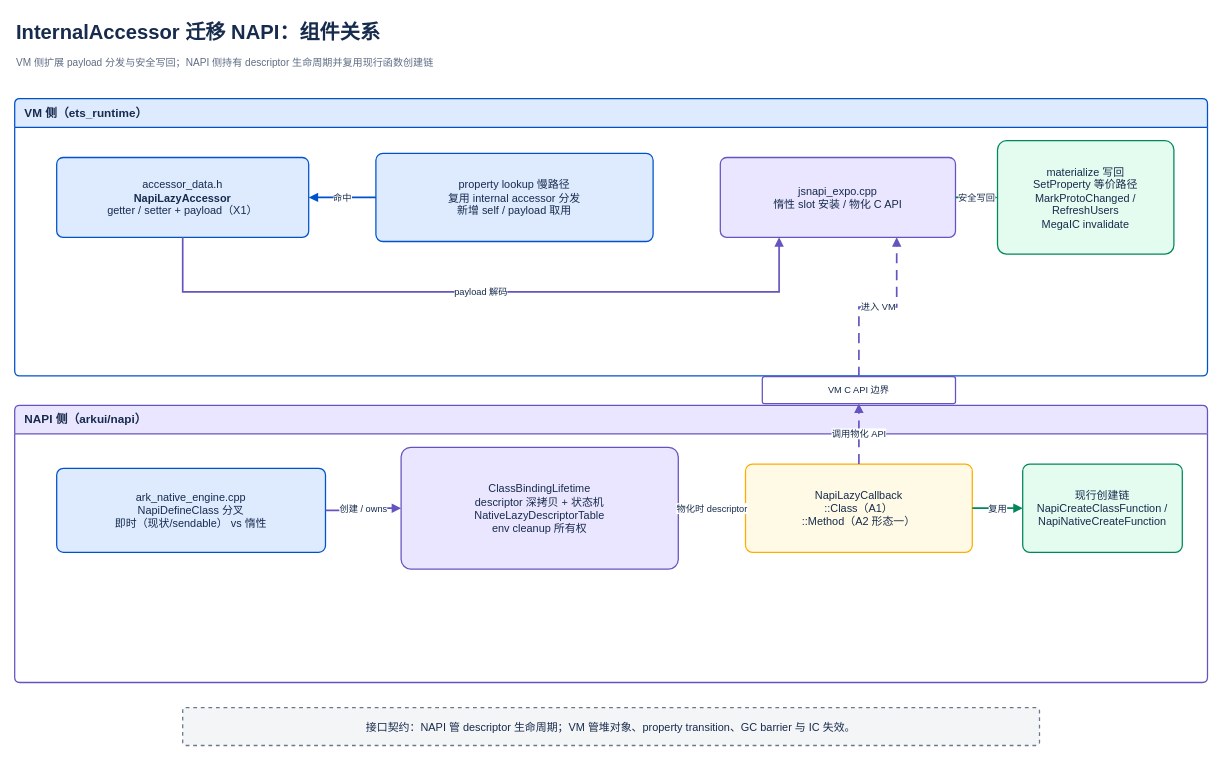
This is hidden-class-comparison/detailed-proposals/native-interop-lazy-binding/napi-lazy-binding-component-relations.drawio from xuanjiazhen/invest, a draw.io file, before an edit. Source tidied: cells renumbered, new cells numbered last; positions are measured from the earlier drawing's top-left corner, leaving out a move shared by most shapes. Both pictures are drawn from the tidied source at 84%, with x=0, y=0 at pixel (14, 14).
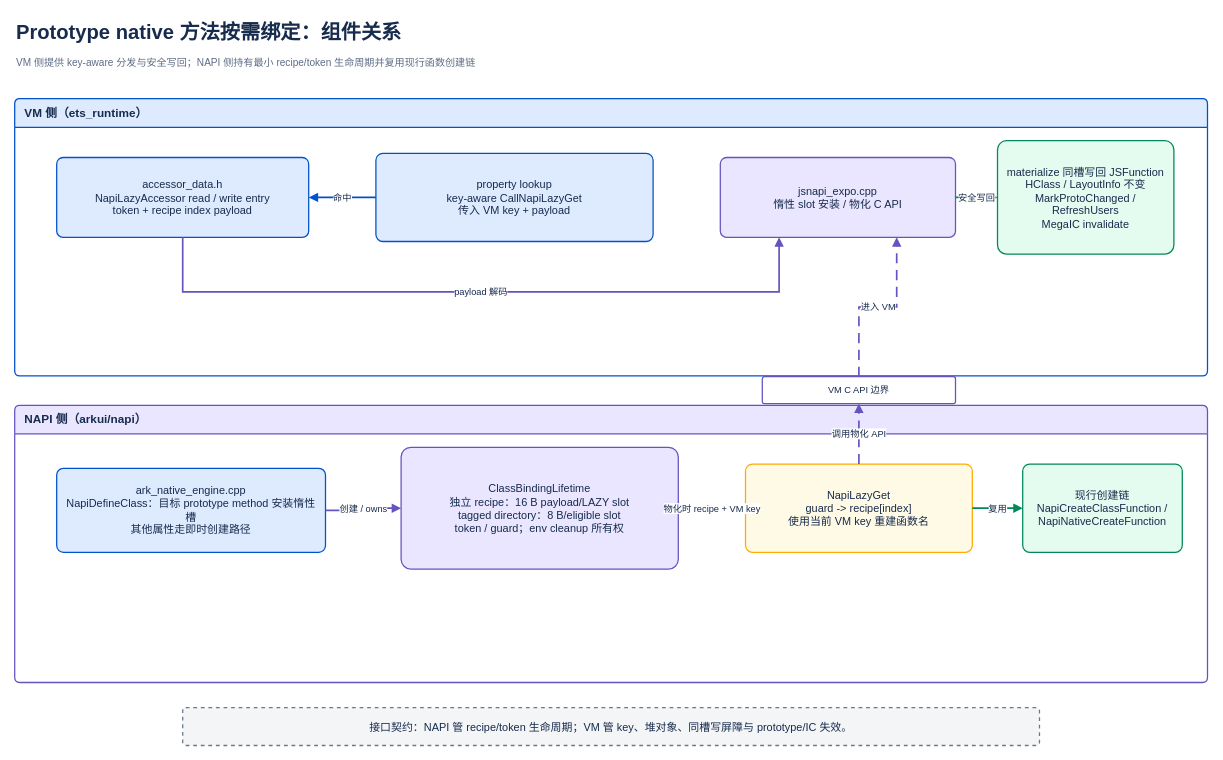
After the change.

The edit, as a diff of the source:
```diff
@@
-    <mxCell id="2" value="InternalAccessor 迁移 NAPI：组件关系" style="text;html=1;strokeColor=none;fillColor=none;align=left;verticalAlign=middle;fontSize=24;fontStyle=1;fontColor=#172B4D;whiteSpace=wrap;" parent="1" vertex="1">
+    <mxCell id="2" value="Prototype native 方法按需绑定：组件关系" style="text;html=1;strokeColor=none;fillColor=none;align=left;verticalAlign=middle;fontSize=24;fontStyle=1;fontColor=#172B4D;whiteSpace=wrap;" parent="1" vertex="1">
       <mxGeometry width="1420" height="42" as="geometry" />
     </mxCell>
-    <mxCell id="3" value="VM 侧扩展 payload 分发与安全写回；NAPI 侧持有 descriptor 生命周期并复用现行函数创建链" style="text;html=1;strokeColor=none;fillColor=none;align=left;verticalAlign=top;fontSize=12;fontColor=#5E6C84;whiteSpace=wrap;" parent="1" vertex="1">
+    <mxCell id="3" value="VM 侧提供 key-aware 分发与安全写回；NAPI 侧持有最小 recipe/token 生命周期并复用现行函数创建链" style="text;html=1;strokeColor=none;fillColor=none;align=left;verticalAlign=top;fontSize=12;fontColor=#5E6C84;whiteSpace=wrap;" parent="1" vertex="1">
       <mxGeometry y="44" width="1420" height="34" as="geometry" />
     </mxCell>
@@
-    <mxCell id="5" value="accessor_data.h&lt;br&gt;&lt;b&gt;NapiLazyAccessor&lt;/b&gt;&lt;br&gt;getter / setter + payload（X1）" style="rounded=1;arcSize=8;whiteSpace=wrap;html=1;align=center;verticalAlign=middle;fontSize=13;spacing=8;fillColor=#DEEBFF;strokeColor=#0052CC;strokeWidth=1.5;fontColor=#172B4D;" parent="1" vertex="1">
+    <mxCell id="5" value="accessor_data.h&lt;div&gt;NapiLazyAccessor read / write entry&lt;/div&gt;&lt;div&gt;token + recipe index payload&lt;/div&gt;" style="rounded=1;arcSize=8;whiteSpace=wrap;html=1;align=center;verticalAlign=middle;fontSize=13;spacing=8;fillColor=#DEEBFF;strokeColor=#0052CC;strokeWidth=1.5;fontColor=#172B4D;" parent="1" vertex="1">
       <mxGeometry x="50" y="170" width="300" height="95" as="geometry" />
     </mxCell>
-    <mxCell id="6" value="property lookup 慢路径&lt;br&gt;复用 internal accessor 分发&lt;br&gt;新增 self / payload 取用" style="rounded=1;arcSize=8;whiteSpace=wrap;html=1;align=center;verticalAlign=middle;fontSize=13;spacing=8;fillColor=#DEEBFF;strokeColor=#0052CC;strokeWidth=1.5;fontColor=#172B4D;" parent="1" vertex="1">
+    <mxCell id="6" value="property lookup&lt;br&gt;key-aware CallNapiLazyGet&lt;br&gt;传入 VM key + payload" style="rounded=1;arcSize=8;whiteSpace=wrap;html=1;align=center;verticalAlign=middle;fontSize=13;spacing=8;fillColor=#DEEBFF;strokeColor=#0052CC;strokeWidth=1.5;fontColor=#172B4D;" parent="1" vertex="1">
       <mxGeometry x="430" y="165" width="330" height="105" as="geometry" />
     </mxCell>
@@
-    <mxCell id="8" value="materialize 写回&lt;br&gt;SetProperty 等价路径&lt;br&gt;MarkProtoChanged / RefreshUsers&lt;br&gt;MegaIC invalidate" style="rounded=1;arcSize=8;whiteSpace=wrap;html=1;align=center;verticalAlign=middle;fontSize=13;spacing=8;fillColor=#E3FCEF;strokeColor=#00875A;strokeWidth=1.5;fontColor=#172B4D;" parent="1" vertex="1">
+    <mxCell id="8" value="materialize 同槽写回 JSFunction&lt;br&gt;HClass / LayoutInfo 不变&lt;br&gt;MarkProtoChanged / RefreshUsers&lt;br&gt;MegaIC invalidate" style="rounded=1;arcSize=8;whiteSpace=wrap;html=1;align=center;verticalAlign=middle;fontSize=13;spacing=8;fillColor=#E3FCEF;strokeColor=#00875A;strokeWidth=1.5;fontColor=#172B4D;" parent="1" vertex="1">
       <mxGeometry x="1170" y="150" width="210" height="135" as="geometry" />
     </mxCell>
@@
-    <mxCell id="13" value="ark_native_engine.cpp&lt;br&gt;NapiDefineClass 分叉&lt;br&gt;即时（现状/sendable） vs 惰性" style="rounded=1;arcSize=8;whiteSpace=wrap;html=1;align=center;verticalAlign=middle;fontSize=13;spacing=8;fillColor=#DEEBFF;strokeColor=#0052CC;strokeWidth=1.5;fontColor=#172B4D;" parent="1" vertex="1">
+    <mxCell id="13" value="ark_native_engine.cpp&lt;div&gt;NapiDefineClass：目标 prototype method 安装惰性槽&lt;/div&gt;&lt;div&gt;其他属性走即时创建路径&lt;/div&gt;" style="rounded=1;arcSize=8;whiteSpace=wrap;html=1;align=center;verticalAlign=middle;fontSize=13;spacing=8;fillColor=#DEEBFF;strokeColor=#0052CC;strokeWidth=1.5;fontColor=#172B4D;" parent="1" vertex="1">
       <mxGeometry x="50" y="540" width="320" height="100" as="geometry" />
     </mxCell>
-    <mxCell id="14" value="ClassBindingLifetime&lt;br&gt;descriptor 深拷贝 + 状态机&lt;br&gt;NativeLazyDescriptorTable&lt;br&gt;env cleanup 所有权" style="rounded=1;arcSize=8;whiteSpace=wrap;html=1;align=center;verticalAlign=middle;fontSize=13;spacing=8;fillColor=#EAE6FF;strokeColor=#6554C0;strokeWidth=1.5;fontColor=#172B4D;" parent="1" vertex="1">
+    <mxCell id="14" value="ClassBindingLifetime&lt;br&gt;独立 recipe：16 B payload/LAZY slot&lt;br&gt;tagged directory：8 B/eligible slot&lt;br&gt;token / guard；env cleanup 所有权" style="rounded=1;arcSize=8;whiteSpace=wrap;html=1;align=center;verticalAlign=middle;fontSize=13;spacing=8;fillColor=#EAE6FF;strokeColor=#6554C0;strokeWidth=1.5;fontColor=#172B4D;" parent="1" vertex="1">
       <mxGeometry x="460" y="515" width="330" height="145" as="geometry" />
     </mxCell>
-    <mxCell id="15" value="NapiLazyCallback&lt;br&gt;::Class（A1）&lt;br&gt;::Method（A2 形态一）" style="rounded=1;arcSize=8;whiteSpace=wrap;html=1;align=center;verticalAlign=middle;fontSize=13;spacing=8;fillColor=#FFFAE6;strokeColor=#FFAB00;strokeWidth=1.5;fontColor=#172B4D;" parent="1" vertex="1">
+    <mxCell id="15" value="NapiLazyGet&lt;div&gt;guard -&gt; recipe[index]&lt;/div&gt;&lt;div&gt;使用当前 VM key 重建函数名&lt;/div&gt;" style="rounded=1;arcSize=8;whiteSpace=wrap;html=1;align=center;verticalAlign=middle;fontSize=13;spacing=8;fillColor=#FFFAE6;strokeColor=#FFAB00;strokeWidth=1.5;fontColor=#172B4D;" parent="1" vertex="1">
       <mxGeometry x="870" y="535" width="270" height="105" as="geometry" />
     </mxCell>
@@
-    <mxCell id="18" value="物化时 descriptor" style="edgeStyle=orthogonalEdgeStyle;rounded=0;jettySize=auto;html=1;strokeColor=#6554C0;strokeWidth=2;endArrow=block;endFill=1;fontSize=11;fontColor=#172B4D;labelBackgroundColor=#FFFFFF;exitX=1;exitY=0.5;entryX=0;entryY=0.5;" parent="1" edge="1" source="14" target="15">
+    <mxCell id="18" value="物化时 recipe + VM key" style="edgeStyle=orthogonalEdgeStyle;rounded=0;jettySize=auto;html=1;strokeColor=#6554C0;strokeWidth=2;endArrow=block;endFill=1;fontSize=11;fontColor=#172B4D;labelBackgroundColor=#FFFFFF;exitX=1;exitY=0.5;entryX=0;entryY=0.5;" parent="1" edge="1" source="14" target="15">
       <mxGeometry relative="1" as="geometry" />
     </mxCell>
@@
-    <mxCell id="21" value="接口契约：NAPI 管 descriptor 生命周期；VM 管堆对象、property transition、GC barrier 与 IC 失效。" style="rounded=1;arcSize=8;whiteSpace=wrap;html=1;align=center;verticalAlign=middle;fontSize=13;spacing=8;fillColor=#F4F5F7;strokeColor=#6B778C;strokeWidth=1.5;fontColor=#172B4D;dashed=1;" parent="1" vertex="1">
+    <mxCell id="21" value="接口契约：NAPI 管 recipe/token 生命周期；VM 管 key、堆对象、同槽写屏障与 prototype/IC 失效。" style="rounded=1;arcSize=8;whiteSpace=wrap;html=1;align=center;verticalAlign=middle;fontSize=13;spacing=8;fillColor=#F4F5F7;strokeColor=#6B778C;strokeWidth=1.5;fontColor=#172B4D;dashed=1;" parent="1" vertex="1">
       <mxGeometry x="200" y="825" width="1020" height="45" as="geometry" />
     </mxCell>
```
